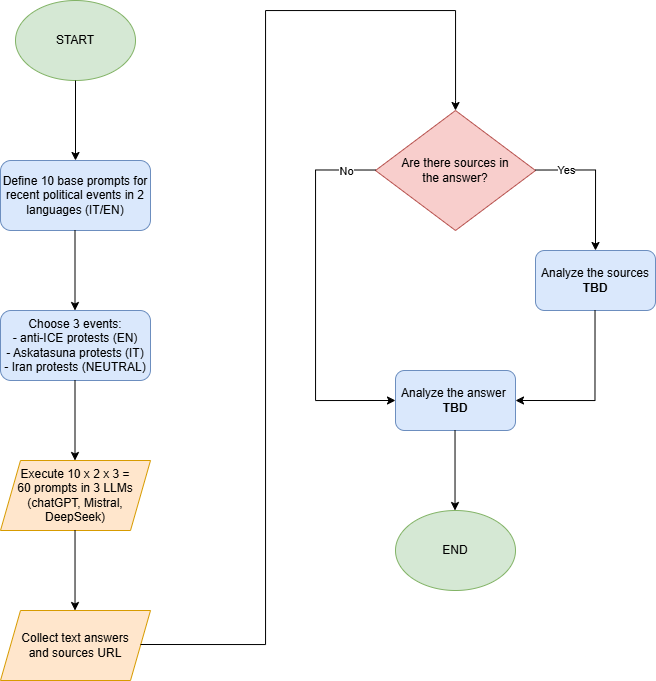
The draw.io diagram Diagram Thesis.drawio.png in chiararcasale/thesis-MSDataScience-polito, before a commit. Source tidied: cells renumbered, new cells last; positions are measured from the earlier drawing's top-left corner, leaving out a move shared by most shapes.
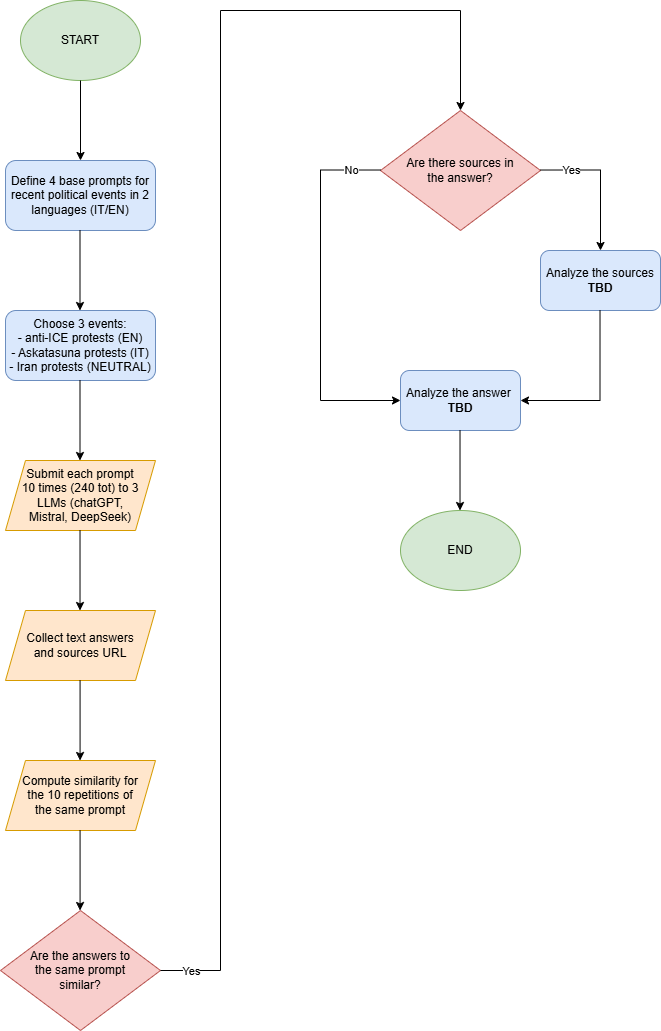
After the change.

Change to the diagram source:
```diff
@@ -2,6 +2,9 @@
   <root>
     <mxCell id="0" />
     <mxCell id="1" parent="0" />
+    <mxCell id="31" style="shape=parallelogram;perimeter=parallelogramPerimeter;whiteSpace=wrap;html=1;fixedSize=1;fillColor=#ffe6cc;strokeColor=#d79b00;" parent="1" vertex="1">
+      <mxGeometry y="610" width="150" height="70" as="geometry" />
+    </mxCell>
     <mxCell id="2" style="ellipse;whiteSpace=wrap;html=1;fillColor=#d5e8d4;strokeColor=#82b366;" parent="1" vertex="1">
       <mxGeometry x="15" width="120" height="80" as="geometry" />
     </mxCell>
@@ -25,7 +28,7 @@
         <mxPoint x="74.5" y="310" as="targetPoint" />
       </mxGeometry>
     </mxCell>
-    <mxCell id="8" value="Define 10 base prompts for recent political events in 2 languages (IT/EN)" style="text;html=1;whiteSpace=wrap;strokeColor=none;fillColor=none;align=center;verticalAlign=middle;rounded=0;" parent="1" vertex="1">
+    <mxCell id="8" value="Define 4 base prompts for recent political events in 2 languages (IT/EN)" style="text;html=1;whiteSpace=wrap;strokeColor=none;fillColor=none;align=center;verticalAlign=middle;rounded=0;" parent="1" vertex="1">
       <mxGeometry y="160" width="150" height="70" as="geometry" />
     </mxCell>
     <mxCell id="9" value="&lt;div&gt;&lt;br&gt;&lt;/div&gt;Choose 3 events:&lt;div&gt;- anti-ICE protests (EN)&lt;/div&gt;&lt;div&gt;- Askatasuna protests (IT)&lt;/div&gt;&lt;div&gt;- Iran protests (NEUTRAL)&lt;br&gt;&lt;div&gt;&lt;br&gt;&lt;/div&gt;&lt;/div&gt;" style="text;html=1;whiteSpace=wrap;strokeColor=none;fillColor=none;align=center;verticalAlign=middle;rounded=0;" parent="1" vertex="1">
@@ -40,7 +43,7 @@
     <mxCell id="11" style="shape=parallelogram;perimeter=parallelogramPerimeter;whiteSpace=wrap;html=1;fixedSize=1;fillColor=#ffe6cc;strokeColor=#d79b00;" parent="1" vertex="1">
       <mxGeometry y="460" width="150" height="70" as="geometry" />
     </mxCell>
-    <mxCell id="12" value="Execute 10 x 2 x 3 = 60 prompts in 3 LLMs (chatGPT, Mistral, DeepSeek)" style="text;html=1;whiteSpace=wrap;strokeColor=none;fillColor=none;align=center;verticalAlign=middle;rounded=0;" parent="1" vertex="1">
+    <mxCell id="12" value="Submit each prompt 10 times (240 tot) to 3 LLMs (chatGPT, Mistral, DeepSeek)" style="text;html=1;whiteSpace=wrap;strokeColor=none;fillColor=none;align=center;verticalAlign=middle;rounded=0;" parent="1" vertex="1">
       <mxGeometry x="15" y="465" width="120" height="60" as="geometry" />
     </mxCell>
     <mxCell id="13" style="endArrow=classic;html=1;rounded=0;exitX=1;exitY=0.5;exitDx=0;exitDy=0;" parent="1" edge="1">
@@ -50,26 +53,14 @@
       </mxGeometry>
     </mxCell>
     <mxCell id="14" style="shape=parallelogram;perimeter=parallelogramPerimeter;whiteSpace=wrap;html=1;fixedSize=1;fillColor=#ffe6cc;strokeColor=#d79b00;" parent="1" vertex="1">
-      <mxGeometry y="610" width="150" height="70" as="geometry" />
+      <mxGeometry y="760" width="150" height="70" as="geometry" />
     </mxCell>
+    <mxCell id="16" style="rhombus;whiteSpace=wrap;html=1;fillColor=#f8cecc;strokeColor=#b85450;" parent="1" vertex="1">
+      <mxGeometry x="375" y="110" width="160" height="120" as="geometry" />
+    </mxCell>
     <mxCell id="15" value="Collect text answers and sources URL" style="text;html=1;whiteSpace=wrap;strokeColor=none;fillColor=none;align=center;verticalAlign=middle;rounded=0;" parent="1" vertex="1">
       <mxGeometry x="15" y="615" width="120" height="60" as="geometry" />
     </mxCell>
-    <mxCell id="16" style="rhombus;whiteSpace=wrap;html=1;fillColor=#f8cecc;strokeColor=#b85450;" parent="1" vertex="1">
-      <mxGeometry x="375" y="110" width="160" height="120" as="geometry" />
-    </mxCell>
-    <mxCell id="17" style="endArrow=classic;html=1;rounded=0;exitX=1;exitY=0.5;exitDx=0;exitDy=0;edgeStyle=orthogonalEdgeStyle;" parent="1" edge="1">
-      <mxGeometry relative="1" as="geometry">
-        <mxPoint x="140" y="644" as="sourcePoint" />
-        <mxPoint x="455" y="110" as="targetPoint" />
-        <Array as="points">
-          <mxPoint x="265" y="644" />
-          <mxPoint x="265" y="10" />
-          <mxPoint x="455" y="10" />
-          <mxPoint x="455" y="100" />
-        </Array>
-      </mxGeometry>
-    </mxCell>
     <mxCell id="18" value="Are there sources in the answer?" style="text;html=1;whiteSpace=wrap;strokeColor=none;fillColor=none;align=center;verticalAlign=middle;rounded=0;" parent="1" vertex="1">
       <mxGeometry x="395" y="140" width="120" height="60" as="geometry" />
     </mxCell>
@@ -132,5 +123,41 @@
         <mxPoint x="30" y="-125" as="offset" />
       </mxGeometry>
     </mxCell>
+    <mxCell id="32" value="Compute similarity for the 10 repetitions of the same prompt" style="text;html=1;whiteSpace=wrap;strokeColor=none;fillColor=none;align=center;verticalAlign=middle;rounded=0;" parent="1" vertex="1">
+      <mxGeometry x="15" y="765" width="120" height="60" as="geometry" />
+    </mxCell>
+    <mxCell id="33" style="endArrow=classic;html=1;rounded=0;exitX=1;exitY=0.5;exitDx=0;exitDy=0;" parent="1" edge="1">
+      <mxGeometry relative="1" as="geometry">
+        <mxPoint x="74.6" y="680" as="sourcePoint" />
+        <mxPoint x="74.6" y="760" as="targetPoint" />
+      </mxGeometry>
+    </mxCell>
+    <mxCell id="34" style="rhombus;whiteSpace=wrap;html=1;fillColor=#f8cecc;strokeColor=#b85450;" parent="1" vertex="1">
+      <mxGeometry x="-5" y="910" width="160" height="120" as="geometry" />
+    </mxCell>
+    <mxCell id="35" style="endArrow=classic;html=1;rounded=0;edgeStyle=orthogonalEdgeStyle;entryX=0.5;entryY=0;entryDx=0;entryDy=0;" parent="1" edge="1" target="16">
+      <mxGeometry relative="1" as="geometry">
+        <mxPoint x="155" y="970" as="sourcePoint" />
+        <Array as="points">
+          <mxPoint x="215" y="970" />
+          <mxPoint x="215" y="10" />
+          <mxPoint x="455" y="10" />
+        </Array>
+      </mxGeometry>
+    </mxCell>
+    <mxCell id="36" value="Yes" style="edgeLabel;html=1;align=center;verticalAlign=middle;" parent="35" vertex="1">
+      <mxGeometry relative="1" as="geometry">
+        <mxPoint x="-30" y="620" as="offset" />
+      </mxGeometry>
+    </mxCell>
+    <mxCell id="37" style="endArrow=classic;html=1;rounded=0;exitX=1;exitY=0.5;exitDx=0;exitDy=0;" parent="1" edge="1">
+      <mxGeometry relative="1" as="geometry">
+        <mxPoint x="74.6" y="830" as="sourcePoint" />
+        <mxPoint x="74.6" y="910" as="targetPoint" />
+      </mxGeometry>
+    </mxCell>
+    <mxCell id="38" value="Are the answers to the same prompt similar?" style="text;html=1;whiteSpace=wrap;strokeColor=none;fillColor=none;align=center;verticalAlign=middle;rounded=0;" parent="1" vertex="1">
+      <mxGeometry x="15" y="940" width="120" height="60" as="geometry" />
+    </mxCell>
   </root>
 </mxGraphModel>
```
